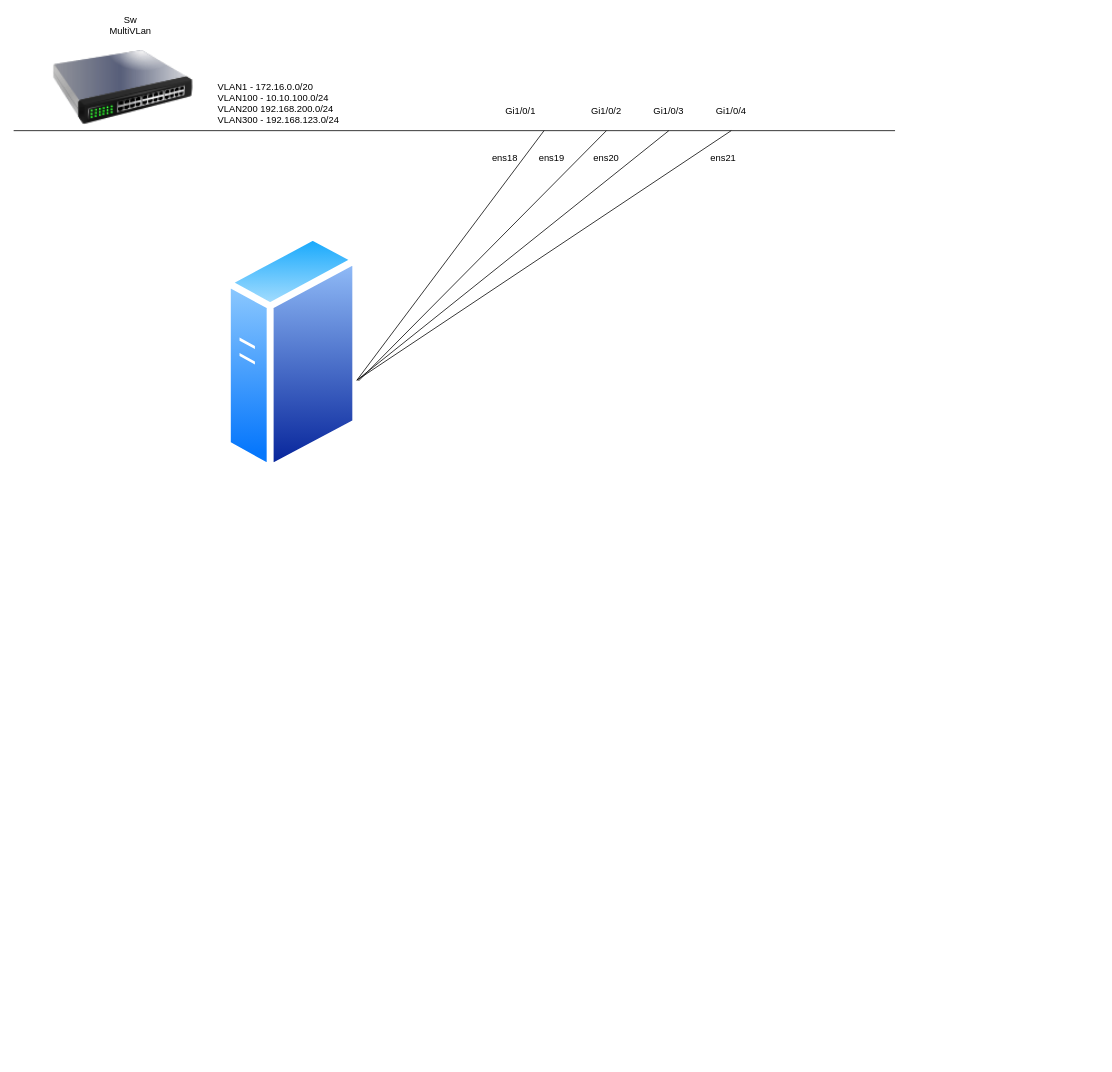
This is Ảo Hóa/KVM/KVM-Ubuntu22.04.drawio from tudv1989/THUCTAPNHANHOA2025-HATANG, a draw.io file, before an edit. Source tidied: cells renumbered, new cells numbered last; positions are measured from the earlier drawing's top-left corner, leaving out a move shared by most shapes. Both pictures are drawn from the tidied source at 78%, with x=0, y=0 at pixel (13, 13).
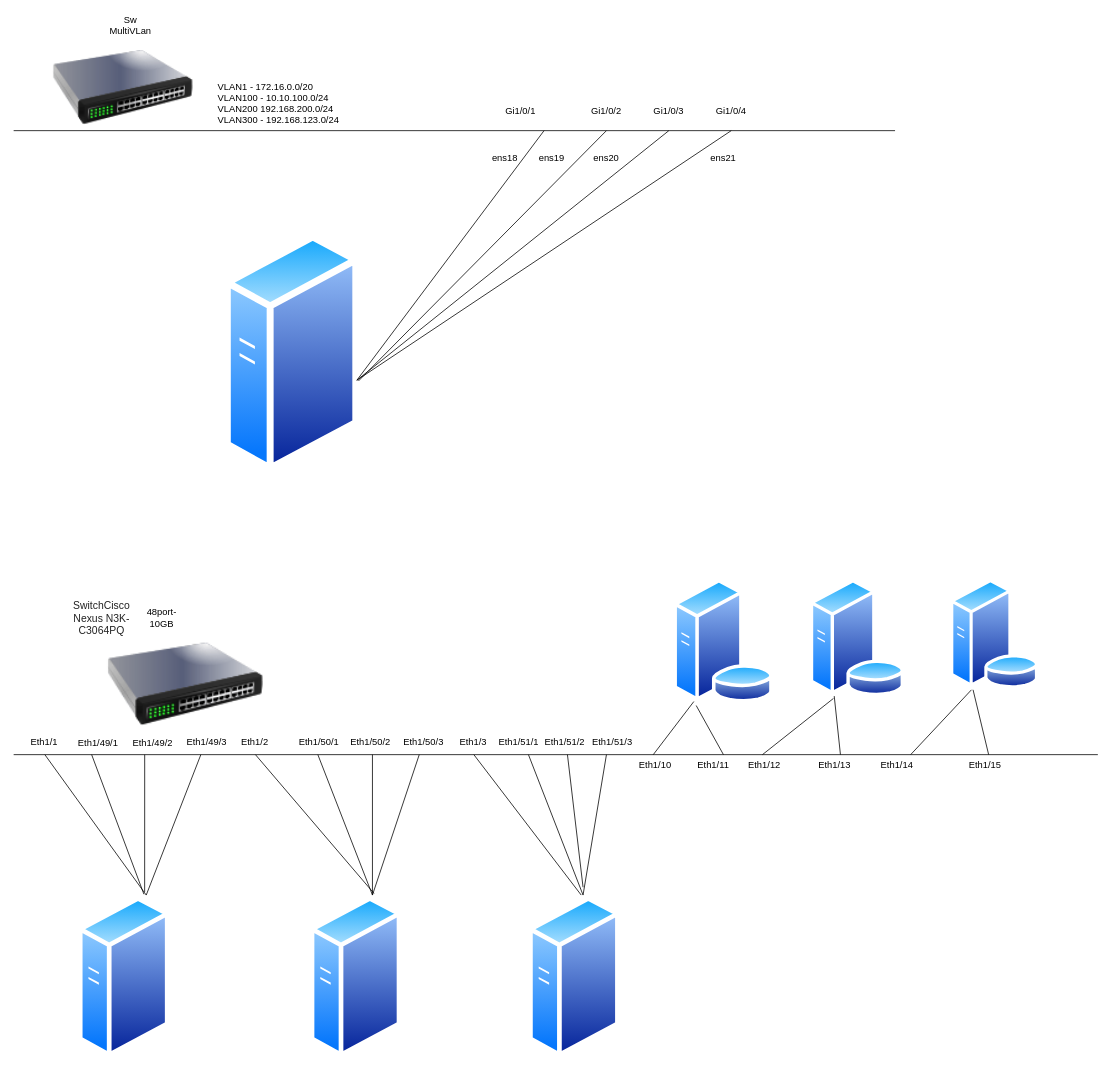
The same diagram, later.

Diff of the diagram source:
```diff
@@
+    <mxCell id="19" style="image;html=1;image=img/lib/clip_art/networking/Switch_128x128.png;" parent="1" vertex="1">
+      <mxGeometry x="120" y="780" width="200" height="160" as="geometry" />
+    </mxCell>
+    <mxCell id="20" value="&lt;span style=&quot;color: rgb(34, 34, 34); font-family: Arial; font-size: 13.3333px; background-color: rgb(255, 255, 255);&quot;&gt;SwitchCisco Nexus N3K-C3064PQ&lt;/span&gt;" style="text;html=1;align=center;verticalAlign=middle;whiteSpace=wrap;rounded=0;" parent="1" vertex="1">
+      <mxGeometry x="82.8" y="760" width="60" height="30" as="geometry" />
+    </mxCell>
+    <mxCell id="21" style="endArrow=none;html=1;rounded=0;" parent="1" edge="1">
+      <mxGeometry relative="1" as="geometry">
+        <mxPoint x="1390" y="950" as="sourcePoint" />
+        <mxPoint y="950" as="targetPoint" />
+      </mxGeometry>
+    </mxCell>
+    <mxCell id="22" style="image;perimeter=ellipsePerimeter;html=1;align=center;shadow=0;dashed=0;spacingTop=3;image=img/lib/active_directory/generic_server.svg;" parent="1" vertex="1">
+      <mxGeometry x="82.8" y="1130" width="117.6" height="210" as="geometry" />
+    </mxCell>
+    <mxCell id="23" style="image;perimeter=ellipsePerimeter;html=1;align=center;shadow=0;dashed=0;spacingTop=3;image=img/lib/active_directory/database_server.svg;" parent="1" vertex="1">
+      <mxGeometry x="845" y="725" width="130" height="158.5" as="geometry" />
+    </mxCell>
+    <mxCell id="24" style="image;perimeter=ellipsePerimeter;html=1;align=center;shadow=0;dashed=0;spacingTop=3;image=img/lib/active_directory/database_server.svg;" parent="1" vertex="1">
+      <mxGeometry x="1020" y="725" width="123.2" height="150.2" as="geometry" />
+    </mxCell>
+    <mxCell id="25" style="image;perimeter=ellipsePerimeter;html=1;align=center;shadow=0;dashed=0;spacingTop=3;image=img/lib/active_directory/database_server.svg;" parent="1" vertex="1">
+      <mxGeometry x="1200" y="725" width="115" height="140.2" as="geometry" />
+    </mxCell>
+    <mxCell id="26" style="image;perimeter=ellipsePerimeter;html=1;align=center;shadow=0;dashed=0;spacingTop=3;image=img/lib/active_directory/generic_server.svg;" parent="1" vertex="1">
+      <mxGeometry x="380" y="1130" width="117.6" height="210" as="geometry" />
+    </mxCell>
+    <mxCell id="27" style="image;perimeter=ellipsePerimeter;html=1;align=center;shadow=0;dashed=0;spacingTop=3;image=img/lib/active_directory/generic_server.svg;" parent="1" vertex="1">
+      <mxGeometry x="660" y="1130" width="117.6" height="210" as="geometry" />
+    </mxCell>
+    <mxCell id="28" style="endArrow=none;html=1;rounded=0;entryX=0.208;entryY=0.99;entryDx=0;entryDy=0;entryPerimeter=0;" parent="1" edge="1" target="23">
+      <mxGeometry relative="1" as="geometry">
+        <mxPoint x="820" y="950" as="sourcePoint" />
+      </mxGeometry>
+    </mxCell>
+    <mxCell id="29" style="endArrow=none;html=1;rounded=0;entryX=0.231;entryY=1.022;entryDx=0;entryDy=0;entryPerimeter=0;" parent="1" edge="1" target="23">
+      <mxGeometry relative="1" as="geometry">
+        <mxPoint x="910" y="950" as="sourcePoint" />
+      </mxGeometry>
+    </mxCell>
+    <mxCell id="30" style="endArrow=none;html=1;rounded=0;entryX=0.252;entryY=1.018;entryDx=0;entryDy=0;entryPerimeter=0;" parent="1" edge="1" target="24">
+      <mxGeometry relative="1" as="geometry">
+        <mxPoint x="960" y="950" as="sourcePoint" />
+      </mxGeometry>
+    </mxCell>
+    <mxCell id="31" style="endArrow=none;html=1;rounded=0;entryX=0.26;entryY=0.998;entryDx=0;entryDy=0;entryPerimeter=0;" parent="1" edge="1" target="24">
+      <mxGeometry relative="1" as="geometry">
+        <mxPoint x="1060" y="950" as="sourcePoint" />
+      </mxGeometry>
+    </mxCell>
+    <mxCell id="32" style="endArrow=none;html=1;rounded=0;entryX=0.243;entryY=1.012;entryDx=0;entryDy=0;entryPerimeter=0;" parent="1" edge="1" target="25">
+      <mxGeometry relative="1" as="geometry">
+        <mxPoint x="1150" y="950" as="sourcePoint" />
+      </mxGeometry>
+    </mxCell>
+    <mxCell id="33" style="endArrow=none;html=1;rounded=0;entryX=0.261;entryY=1.012;entryDx=0;entryDy=0;entryPerimeter=0;" parent="1" edge="1" target="25">
+      <mxGeometry relative="1" as="geometry">
+        <mxPoint x="1250" y="950" as="sourcePoint" />
+      </mxGeometry>
+    </mxCell>
+    <mxCell id="34" style="endArrow=none;html=1;rounded=0;exitX=0.716;exitY=-0.005;exitDx=0;exitDy=0;exitPerimeter=0;" parent="1" edge="1" source="22">
+      <mxGeometry relative="1" as="geometry">
+        <mxPoint x="100" y="950" as="targetPoint" />
+      </mxGeometry>
+    </mxCell>
+    <mxCell id="35" style="endArrow=none;html=1;rounded=0;entryX=0.724;entryY=-0.019;entryDx=0;entryDy=0;entryPerimeter=0;" parent="1" edge="1" target="22">
+      <mxGeometry relative="1" as="geometry">
+        <mxPoint x="168" y="950" as="sourcePoint" />
+      </mxGeometry>
+    </mxCell>
+    <mxCell id="36" style="endArrow=none;html=1;rounded=0;" parent="1" edge="1">
+      <mxGeometry relative="1" as="geometry">
+        <mxPoint x="170" y="1130" as="sourcePoint" />
+        <mxPoint x="240" y="950" as="targetPoint" />
+      </mxGeometry>
+    </mxCell>
+    <mxCell id="37" style="endArrow=none;html=1;rounded=0;entryX=0.741;entryY=0;entryDx=0;entryDy=0;entryPerimeter=0;" parent="1" edge="1" target="22">
+      <mxGeometry relative="1" as="geometry">
+        <mxPoint x="40" y="950" as="sourcePoint" />
+      </mxGeometry>
+    </mxCell>
+    <mxCell id="38" style="endArrow=none;html=1;rounded=0;exitX=0.697;exitY=-0.01;exitDx=0;exitDy=0;exitPerimeter=0;" parent="1" edge="1" source="26">
+      <mxGeometry relative="1" as="geometry">
+        <mxPoint x="310" y="950" as="targetPoint" />
+      </mxGeometry>
+    </mxCell>
+    <mxCell id="39" style="endArrow=none;html=1;rounded=0;" parent="1" edge="1">
+      <mxGeometry relative="1" as="geometry">
+        <mxPoint x="460" y="1130" as="sourcePoint" />
+        <mxPoint x="390" y="950" as="targetPoint" />
+      </mxGeometry>
+    </mxCell>
+    <mxCell id="40" style="endArrow=none;html=1;rounded=0;" parent="1" edge="1">
+      <mxGeometry relative="1" as="geometry">
+        <mxPoint x="460" y="1130" as="sourcePoint" />
+        <mxPoint x="460" y="950" as="targetPoint" />
+      </mxGeometry>
+    </mxCell>
+    <mxCell id="41" style="endArrow=none;html=1;rounded=0;" parent="1" edge="1">
+      <mxGeometry relative="1" as="geometry">
+        <mxPoint x="460" y="1130" as="sourcePoint" />
+        <mxPoint x="520" y="950" as="targetPoint" />
+      </mxGeometry>
+    </mxCell>
+    <mxCell id="42" style="endArrow=none;html=1;rounded=0;exitX=0.575;exitY=0;exitDx=0;exitDy=0;exitPerimeter=0;" parent="1" edge="1" source="27">
+      <mxGeometry relative="1" as="geometry">
+        <mxPoint x="590" y="950" as="targetPoint" />
+      </mxGeometry>
+    </mxCell>
+    <mxCell id="43" style="endArrow=none;html=1;rounded=0;" parent="1" edge="1">
+      <mxGeometry relative="1" as="geometry">
+        <mxPoint x="730" y="1130" as="sourcePoint" />
+        <mxPoint x="660" y="950" as="targetPoint" />
+      </mxGeometry>
+    </mxCell>
+    <mxCell id="44" style="endArrow=none;html=1;rounded=0;" parent="1" edge="1">
+      <mxGeometry relative="1" as="geometry">
+        <mxPoint x="710" y="950" as="sourcePoint" />
+        <mxPoint x="730" y="1120" as="targetPoint" />
+      </mxGeometry>
+    </mxCell>
+    <mxCell id="45" style="endArrow=none;html=1;rounded=0;" parent="1" edge="1">
+      <mxGeometry relative="1" as="geometry">
+        <mxPoint x="730" y="1130" as="sourcePoint" />
+        <mxPoint x="760" y="950" as="targetPoint" />
+      </mxGeometry>
+    </mxCell>
+    <mxCell id="46" value="48port-10GB" style="text;html=1;align=center;verticalAlign=middle;whiteSpace=wrap;rounded=0;" parent="1" vertex="1">
+      <mxGeometry x="160" y="760" width="60" height="30" as="geometry" />
+    </mxCell>
+    <mxCell id="47" value="Eth1/49/1" style="text;html=1;align=center;verticalAlign=middle;strokeColor=none;fillColor=none;" parent="1" vertex="1">
+      <mxGeometry x="72.8" y="920" width="70" height="30" as="geometry" />
+    </mxCell>
+    <mxCell id="48" value="Eth1/49/2" style="text;html=1;align=center;verticalAlign=middle;strokeColor=none;fillColor=none;" parent="1" vertex="1">
+      <mxGeometry x="142.8" y="920" width="70" height="30" as="geometry" />
+    </mxCell>
+    <mxCell id="49" value="Eth1/49/3" style="text;whiteSpace=wrap;html=1;" parent="1" vertex="1">
+      <mxGeometry x="220" y="920" width="80" height="40" as="geometry" />
+    </mxCell>
+    <mxCell id="50" value="Eth1/50/1" style="text;whiteSpace=wrap;html=1;" parent="1" vertex="1">
+      <mxGeometry x="363.6" y="920" width="80" height="20" as="geometry" />
+    </mxCell>
+    <mxCell id="51" value="Eth1/50/2" style="text;whiteSpace=wrap;html=1;" parent="1" vertex="1">
+      <mxGeometry x="430" y="920" width="80" height="40" as="geometry" />
+    </mxCell>
+    <mxCell id="52" value="Eth1/50/3" style="text;whiteSpace=wrap;html=1;" parent="1" vertex="1">
+      <mxGeometry x="497.6" y="920" width="80" height="40" as="geometry" />
+    </mxCell>
+    <mxCell id="53" value="Eth1/51/1" style="text;whiteSpace=wrap;html=1;" parent="1" vertex="1">
+      <mxGeometry x="620" y="920" width="80" height="40" as="geometry" />
+    </mxCell>
+    <mxCell id="54" value="Eth1/51/2" style="text;whiteSpace=wrap;html=1;" parent="1" vertex="1">
+      <mxGeometry x="678.8" y="920" width="80" height="40" as="geometry" />
+    </mxCell>
+    <mxCell id="55" value="Eth1/51/3" style="text;whiteSpace=wrap;html=1;" parent="1" vertex="1">
+      <mxGeometry x="740" y="920" width="80" height="40" as="geometry" />
+    </mxCell>
+    <mxCell id="56" value="Eth1/1" style="text;whiteSpace=wrap;html=1;" parent="1" vertex="1">
+      <mxGeometry x="20" y="920" width="70" height="40" as="geometry" />
+    </mxCell>
+    <mxCell id="57" value="Eth1/2" style="text;whiteSpace=wrap;html=1;" parent="1" vertex="1">
+      <mxGeometry x="290" y="920" width="70" height="40" as="geometry" />
+    </mxCell>
+    <mxCell id="58" value="Eth1/3" style="text;whiteSpace=wrap;html=1;" parent="1" vertex="1">
+      <mxGeometry x="570" y="920" width="70" height="40" as="geometry" />
+    </mxCell>
+    <mxCell id="59" value="Eth1/10" style="text;whiteSpace=wrap;html=1;" parent="1" vertex="1">
+      <mxGeometry x="800" y="950" width="70" height="40" as="geometry" />
+    </mxCell>
+    <mxCell id="60" value="Eth1/11" style="text;whiteSpace=wrap;html=1;" parent="1" vertex="1">
+      <mxGeometry x="875" y="950" width="70" height="40" as="geometry" />
+    </mxCell>
+    <mxCell id="61" value="Eth1/12" style="text;whiteSpace=wrap;html=1;" parent="1" vertex="1">
+      <mxGeometry x="940" y="950" width="70" height="40" as="geometry" />
+    </mxCell>
+    <mxCell id="62" value="Eth1/13" style="text;whiteSpace=wrap;html=1;" parent="1" vertex="1">
+      <mxGeometry x="1030" y="950" width="70" height="40" as="geometry" />
+    </mxCell>
+    <mxCell id="63" value="Eth1/14" style="text;whiteSpace=wrap;html=1;" parent="1" vertex="1">
+      <mxGeometry x="1110" y="950" width="70" height="40" as="geometry" />
+    </mxCell>
+    <mxCell id="64" value="Eth1/15" style="text;whiteSpace=wrap;html=1;" parent="1" vertex="1">
+      <mxGeometry x="1222.5" y="950" width="70" height="40" as="geometry" />
+    </mxCell>
```
